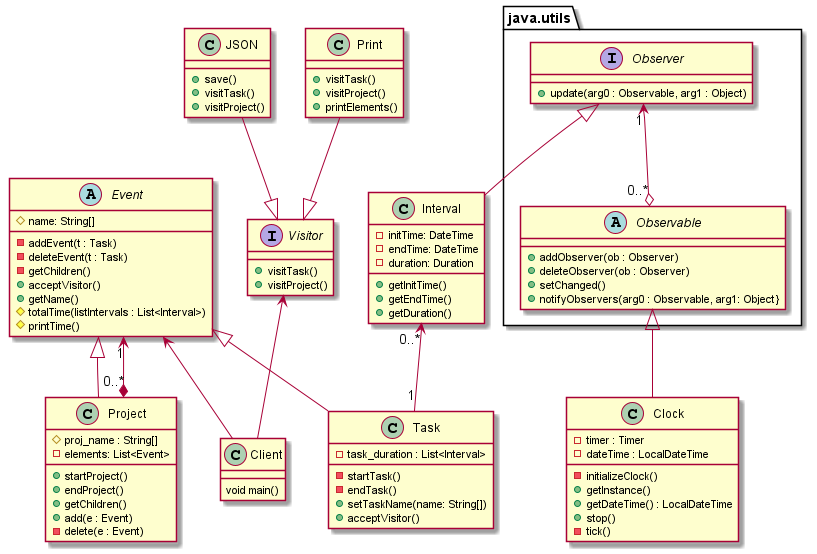
This is Class_diag.png from guillem-martinez/DS-Projecte, a PlantUML export, as it was before one commit.
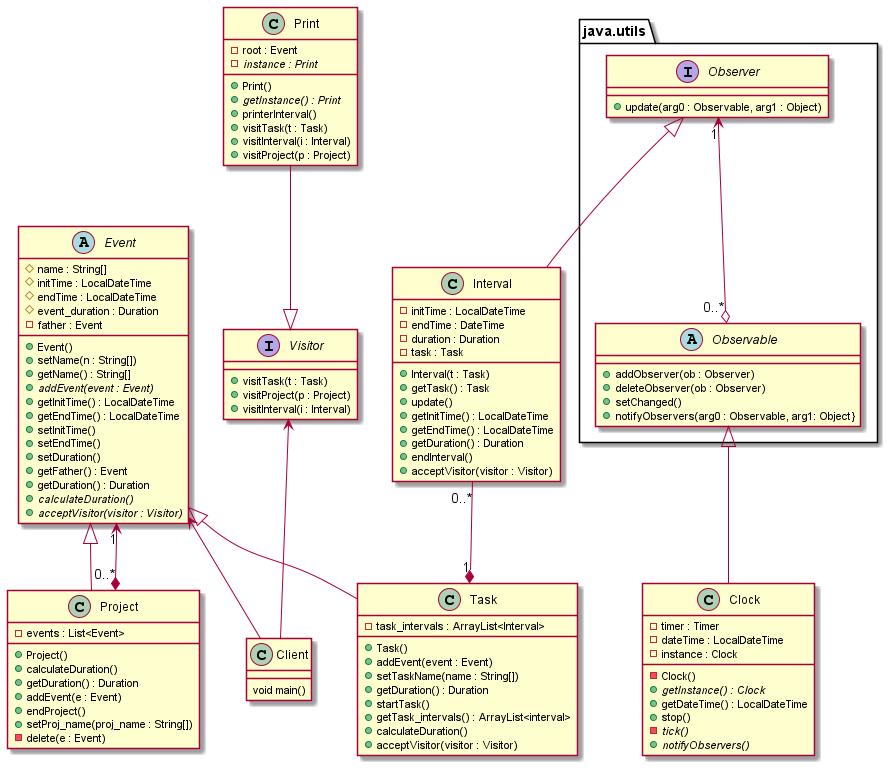
Later version of the same file.

Commit message:
Milestone1 working, minus UML

What changed in the source:
```diff
@@ -2,68 +2,91 @@
 
 
 class Project{
-# proj_name : String[]
-- elements: List<Event>
-+ startProject()
+- events : List<Event>
++ Project()
++ calculateDuration()
++ getDuration() : Duration
++ addEvent(e : Event)
 + endProject()
-+ getChildren()
-+ add(e : Event)
++ setProj_name(proj_name : String[])
 - delete(e : Event)
 }
 
 class Task{
-- task_duration : List<Interval>
-- startTask()
-- endTask()
-+ setTaskName(name: String[])
-+acceptVisitor()
+- task_intervals : ArrayList<Interval>
++ Task()
++ addEvent(event : Event)
++ setTaskName(name : String[])
++ getDuration() : Duration
++ startTask()
++ getTask_intervals() : ArrayList<interval>
++ calculateDuration()
++ acceptVisitor(visitor : Visitor)
 }
 
 abstract Event{
-# name: String[]
-- addEvent(t : Task)
-- deleteEvent(t : Task)
-- getChildren()
-+ acceptVisitor()
-+ getName()
-# totalTime(listIntervals : List<Interval>)
-# printTime()
+# name : String[]
+# initTime : LocalDateTime
+# endTime : LocalDateTime
+# event_duration : Duration
+- father : Event
++ Event()
++ setName(n : String[])
++ getName() : String[]
++ //addEvent(event : Event)//
++ getInitTime() : LocalDateTime
++ getEndTime() : LocalDateTime
++ setInitTime()
++ setEndTime()
++ setDuration()
++ getFather() : Event
++ getDuration() : Duration
++ //calculateDuration()//
++ //acceptVisitor(visitor : Visitor)//
 }
 
 class Clock{
 - timer : Timer
 - dateTime : LocalDateTime
-- initializeClock()
-+ getInstance()
+- instance : Clock
+- Clock()
++ //getInstance() : Clock//
 + getDateTime() : LocalDateTime
 + stop()
-- tick()
+- //tick()//
++ //notifyObservers()//
 }
 
 class Interval{
-- initTime: DateTime
-- endTime: DateTime
-- duration: Duration /'cada golpe de reloj incremento'/
-+ getInitTime()
-+ getEndTime()
-+ getDuration()
+- initTime : LocalDateTime
+- endTime : DateTime
+- duration : Duration /'cada golpe de reloj incremento'/
+- task : Task
++ Interval(t : Task)
++ getTask() : Task
++ update()
++ getInitTime() : LocalDateTime
++ getEndTime() : LocalDateTime
++ getDuration() : Duration
++ endInterval()
++ acceptVisitor(visitor : Visitor)
 }
 
 interface Visitor{
-+ visitTask()
-+ visitProject()
-}
-
-class JSON{
-+ save()
-+ visitTask()
-+ visitProject()
++ visitTask(t : Task)
++ visitProject(p : Project)
++ visitInterval(i : Interval)
 }
 
 class Print{
-+ visitTask()
-+ visitProject()
-+ printElements()
+- root : Event
+- //instance : Print//
++ Print()
++ //getInstance() : Print//
++ printerInterval()
++ visitTask(t : Task)
++ visitInterval(i : Interval)
++ visitProject(p : Project)
 }
 
 package "java.utils"{
@@ -90,9 +113,8 @@
 Observable <|-- Clock
 Observer <|-- Interval
 Observer "1" <--o "0..*" Observable
-Interval "0..*" <--  "1" Task
+Interval "0..*" --*  "1" Task
 Event <-- Client
-JSON --|> Visitor
 Visitor <-- Client
 Print --|> Visitor
 
```
